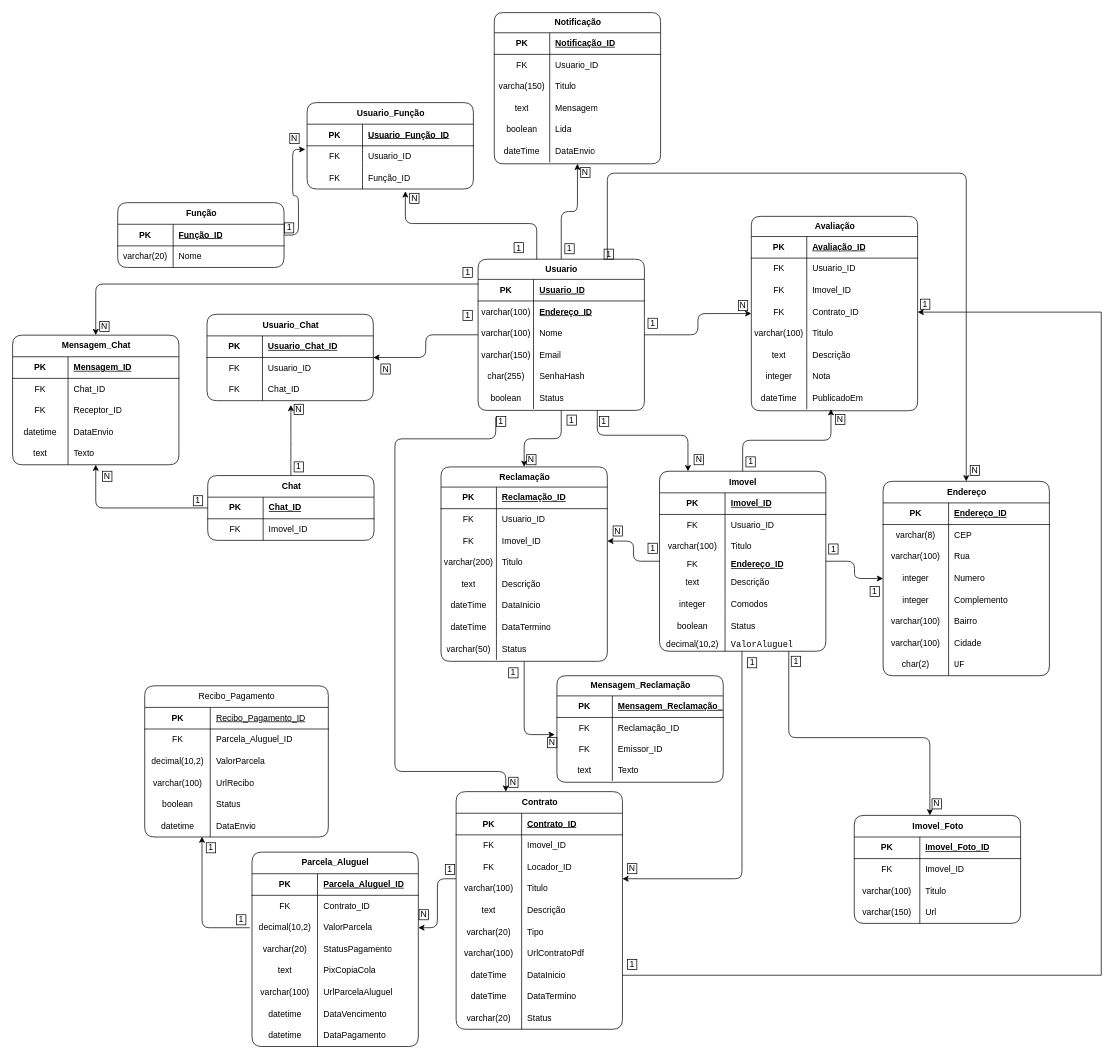
william-p-silva/domus-gestao-imobiliaria keeps this draw.io diagram as Documentos/Banco-de-Dados/MER.drawio. Above is the earlier version. Source tidied: cells renumbered, new cells numbered last; positions are measured from the earlier drawing's top-left corner, leaving out a move shared by most shapes. Both pictures are drawn from the tidied source at 72%, with x=0, y=0 at pixel (12, 12).
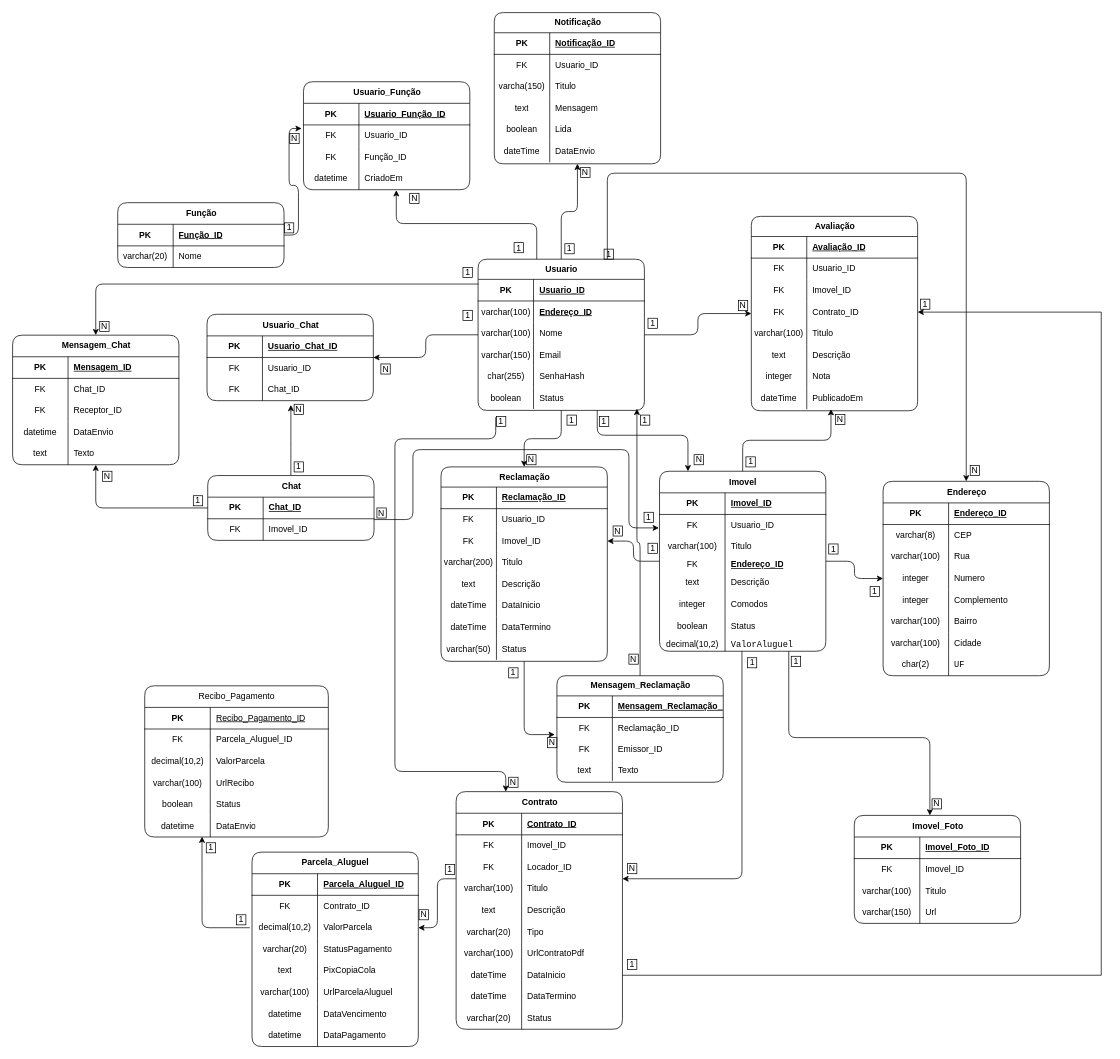
The same page after the edit.

The change refers to these unchanged cells:
```xml
<mxCell id="9" value="Usuario" style="shape=table;startSize=28;childLayout=tableLayout;rowLines=0;fontStyle=1;align=center;html=1;rounded=1;swimlaneFillColor=none;fillColor=default;miterlimit=40;strokeColor=default;shadow=0;" parent="1" vertex="1">
  <mxGeometry x="646.5" y="342.5" width="231" height="210" as="geometry" />
</mxCell>
<mxCell id="25" style="shape=tableRow;horizontal=0;startSize=0;swimlaneHead=0;swimlaneBody=0;fillColor=none;points=[[0,0.5],[1,0.5]];portConstraint=eastwest;top=0;left=0;right=0;bottom=0;rounded=1;strokeColor=default;shadow=0;" parent="9" vertex="1">
  <mxGeometry y="178" width="231" height="30" as="geometry" />
</mxCell>
<mxCell id="35" style="shape=tableRow;horizontal=0;startSize=0;swimlaneHead=0;swimlaneBody=0;fillColor=none;points=[[0,0.5],[1,0.5]];portConstraint=eastwest;top=0;left=0;right=0;bottom=0;rounded=1;strokeColor=default;shadow=0;" parent="28" vertex="1">
  <mxGeometry y="90" width="231" height="30" as="geometry" />
</mxCell>
<mxCell id="297" value="Mensagem_Reclamação" style="shape=table;startSize=28;childLayout=tableLayout;rowLines=0;fontStyle=1;align=center;html=1;rounded=1;swimlaneFillColor=none;fillColor=default;miterlimit=40;strokeColor=default;shadow=0;" parent="1" vertex="1">
  <mxGeometry x="756" y="921" width="231" height="148" as="geometry" />
</mxCell>
```

Change to the diagram source:
```diff
@@
     <mxCell id="28" value="Usuario_Função" style="shape=table;startSize=30;childLayout=tableLayout;rowLines=0;fontStyle=1;align=center;html=1;rounded=1;swimlaneFillColor=none;fillColor=default;miterlimit=40;strokeColor=default;shadow=0;" parent="1" vertex="1">
-      <mxGeometry x="409" y="125" width="231" height="120" as="geometry" />
+      <mxGeometry x="404" y="96" width="231" height="150" as="geometry" />
     </mxCell>
@@
+    <mxCell id="354" style="shape=tableRow;horizontal=0;startSize=0;swimlaneHead=0;swimlaneBody=0;fillColor=none;points=[[0,0.5],[1,0.5]];portConstraint=eastwest;top=0;left=0;right=0;bottom=0;rounded=1;strokeColor=default;shadow=0;" parent="28" vertex="1">
+      <mxGeometry y="120" width="231" height="30" as="geometry" />
+    </mxCell>
+    <mxCell id="355" value="datetime" style="shape=partialRectangle;fillColor=none;top=0;left=0;bottom=0;right=0;overflow=hidden;whiteSpace=wrap;html=1;rounded=1;strokeColor=default;shadow=0;" parent="354" vertex="1">
+      <mxGeometry width="77" height="30" as="geometry" />
+    </mxCell>
+    <mxCell id="356" value="CriadoEm" style="shape=partialRectangle;fillColor=none;top=0;left=0;bottom=0;right=0;align=left;spacingLeft=6;overflow=hidden;whiteSpace=wrap;html=1;rounded=1;strokeColor=default;shadow=0;" parent="354" vertex="1">
+      <mxGeometry x="77" width="154" height="30" as="geometry" />
+    </mxCell>
@@
-    <mxCell id="312" style="edgeStyle=orthogonalEdgeStyle;rounded=1;jettySize=auto;html=1;entryX=0.591;entryY=1.106;entryDx=0;entryDy=0;entryPerimeter=0;strokeColor=default;shadow=0;curved=0;" parent="1" edge="1" source="9" target="35">
+    <mxCell id="312" style="edgeStyle=orthogonalEdgeStyle;rounded=1;jettySize=auto;html=1;entryX=0.558;entryY=1.025;entryDx=0;entryDy=0;entryPerimeter=0;strokeColor=default;shadow=0;curved=0;" parent="1" edge="1" target="354">
       <mxGeometry relative="1" as="geometry">
+        <mxPoint x="728" y="342.5" as="sourcePoint" />
         <Array as="points">
           <mxPoint x="728" y="293" />
-          <mxPoint x="546" y="293" />
+          <mxPoint x="533" y="293" />
         </Array>
       </mxGeometry>
     </mxCell>
@@
+    <mxCell id="357" style="edgeStyle=orthogonalEdgeStyle;rounded=1;orthogonalLoop=1;jettySize=auto;html=1;entryX=-0.004;entryY=0.09;entryDx=0;entryDy=0;entryPerimeter=0;curved=0;" parent="1" edge="1">
+      <mxGeometry relative="1" as="geometry">
+        <mxPoint x="502" y="704.1" as="sourcePoint" />
+        <mxPoint x="897.6" y="715.7" as="targetPoint" />
+        <Array as="points">
+          <mxPoint x="556" y="704" />
+          <mxPoint x="556" y="607" />
+          <mxPoint x="856" y="607" />
+          <mxPoint x="856" y="716" />
+        </Array>
+      </mxGeometry>
+    </mxCell>
+    <mxCell id="358" value="N" style="text;html=1;align=center;verticalAlign=middle;whiteSpace=wrap;rounded=0;strokeColor=default;shadow=0;" parent="1" vertex="1">
+      <mxGeometry x="506" y="688" width="13" height="14" as="geometry" />
+    </mxCell>
+    <mxCell id="359" value="1" style="text;html=1;align=center;verticalAlign=middle;whiteSpace=wrap;rounded=0;strokeColor=default;shadow=0;" parent="1" vertex="1">
+      <mxGeometry x="877" y="694" width="13" height="14" as="geometry" />
+    </mxCell>
+    <mxCell id="360" style="edgeStyle=orthogonalEdgeStyle;rounded=1;jettySize=auto;html=1;entryX=0.955;entryY=0.993;entryDx=0;entryDy=0;entryPerimeter=0;curved=0;" parent="1" edge="1" source="297" target="25">
+      <mxGeometry relative="1" as="geometry" />
+    </mxCell>
+    <mxCell id="361" value="N" style="text;html=1;align=center;verticalAlign=middle;whiteSpace=wrap;rounded=0;strokeColor=default;shadow=0;" parent="1" vertex="1">
+      <mxGeometry x="856" y="891" width="13" height="14" as="geometry" />
+    </mxCell>
+    <mxCell id="362" value="1" style="text;html=1;align=center;verticalAlign=middle;whiteSpace=wrap;rounded=0;strokeColor=default;shadow=0;" parent="1" vertex="1">
+      <mxGeometry x="872" y="559" width="13" height="14" as="geometry" />
+    </mxCell>
```
